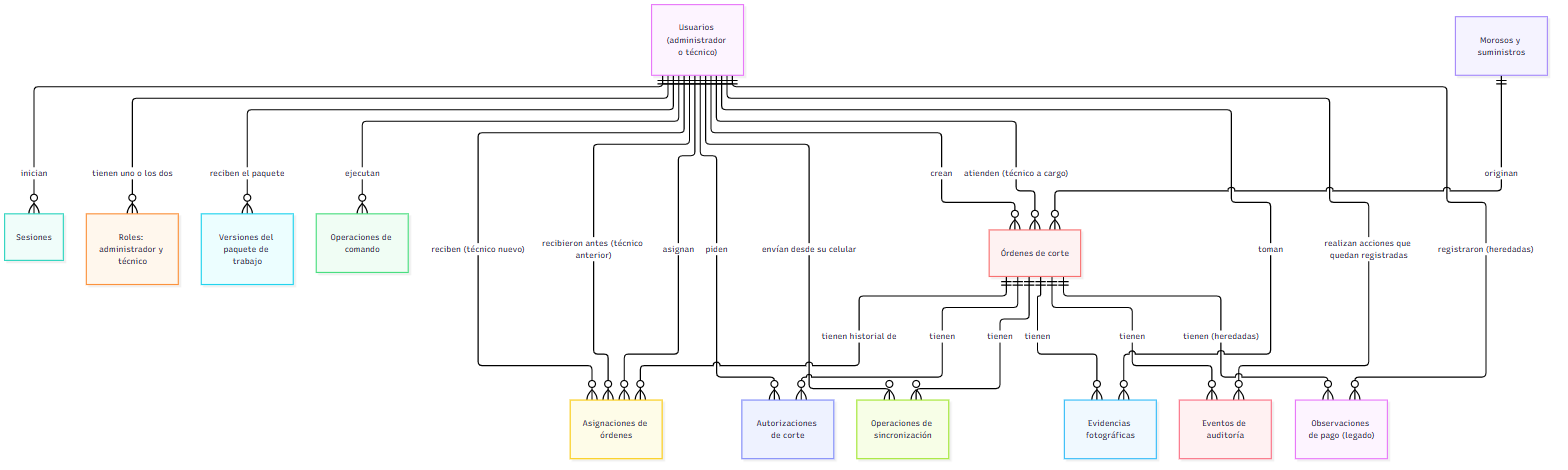
Before: docs/entrega-sepsa/img/modelo-er.png, a diagram exported from Mermaid (abdair-coca/SEPSA_villages). Its source is kept beside it as docs/entrega-sepsa/img/modelo-er.mmd.
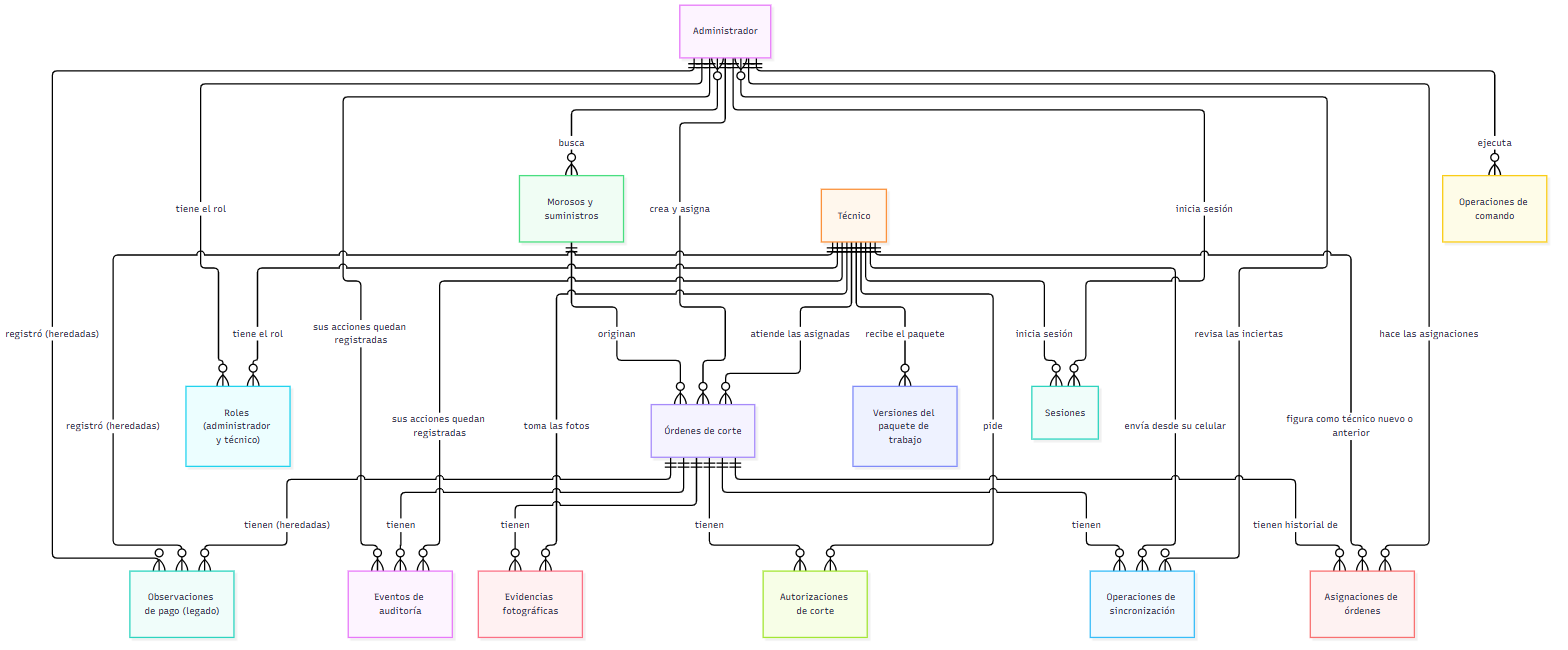
Later version of the same file.

Commit message:
docs(entrega-sepsa): administrador y técnico como actores separados en el diagrama (04)

El diagrama mostraba un solo bloque de usuarios. Ahora administrador y técnico van
en cajas separadas, con lo que cada uno hace (crea y asigna órdenes, ejecuta
comandos, revisa operaciones inciertas; atiende órdenes asignadas, pide
autorizaciones, envía operaciones y toma fotos). Las 13 tablas se mantienen.

Claude-Session: https://claude.ai/code/session_01BV4zn2LvmXgKyQC6cnu6on

What changed in the source:
```diff
@@ -1,22 +1,27 @@
 erDiagram
-  "Usuarios (administrador o técnico)" ||--o{ "Sesiones" : "inician"
-  "Usuarios (administrador o técnico)" ||--o{ "Roles: administrador y técnico" : "tienen uno o los dos"
-  "Usuarios (administrador o técnico)" ||--o{ "Versiones del paquete de trabajo" : "reciben el paquete"
-  "Usuarios (administrador o técnico)" ||--o{ "Operaciones de comando" : "ejecutan"
+  "Administrador" ||--o{ "Sesiones" : "inicia sesión"
+  "Técnico" ||--o{ "Sesiones" : "inicia sesión"
+  "Administrador" ||--o{ "Roles (administrador y técnico)" : "tiene el rol"
+  "Técnico" ||--o{ "Roles (administrador y técnico)" : "tiene el rol"
+  "Administrador" }o--o{ "Morosos y suministros" : "busca"
+  "Administrador" ||--o{ "Órdenes de corte" : "crea y asigna"
+  "Técnico" ||--o{ "Órdenes de corte" : "atiende las asignadas"
   "Morosos y suministros" ||--o{ "Órdenes de corte" : "originan"
-  "Usuarios (administrador o técnico)" ||--o{ "Órdenes de corte" : "crean"
-  "Usuarios (administrador o técnico)" ||--o{ "Órdenes de corte" : "atienden (técnico a cargo)"
   "Órdenes de corte" ||--o{ "Asignaciones de órdenes" : "tienen historial de"
-  "Usuarios (administrador o técnico)" ||--o{ "Asignaciones de órdenes" : "reciben (técnico nuevo)"
-  "Usuarios (administrador o técnico)" ||--o{ "Asignaciones de órdenes" : "recibieron antes (técnico anterior)"
-  "Usuarios (administrador o técnico)" ||--o{ "Asignaciones de órdenes" : "asignan"
+  "Administrador" ||--o{ "Asignaciones de órdenes" : "hace las asignaciones"
+  "Técnico" ||--o{ "Asignaciones de órdenes" : "figura como técnico nuevo o anterior"
+  "Administrador" ||--o{ "Operaciones de comando" : "ejecuta"
+  "Técnico" ||--o{ "Versiones del paquete de trabajo" : "recibe el paquete"
   "Órdenes de corte" ||--o{ "Autorizaciones de corte" : "tienen"
-  "Usuarios (administrador o técnico)" ||--o{ "Autorizaciones de corte" : "piden"
+  "Técnico" ||--o{ "Autorizaciones de corte" : "pide"
   "Órdenes de corte" ||--o{ "Operaciones de sincronización" : "tienen"
-  "Usuarios (administrador o técnico)" ||--o{ "Operaciones de sincronización" : "envían desde su celular"
+  "Técnico" ||--o{ "Operaciones de sincronización" : "envía desde su celular"
+  "Administrador" }o--o{ "Operaciones de sincronización" : "revisa las inciertas"
   "Órdenes de corte" ||--o{ "Evidencias fotográficas" : "tienen"
-  "Usuarios (administrador o técnico)" ||--o{ "Evidencias fotográficas" : "toman"
+  "Técnico" ||--o{ "Evidencias fotográficas" : "toma las fotos"
   "Órdenes de corte" ||--o{ "Eventos de auditoría" : "tienen"
-  "Usuarios (administrador o técnico)" ||--o{ "Eventos de auditoría" : "realizan acciones que quedan registradas"
+  "Administrador" ||--o{ "Eventos de auditoría" : "sus acciones quedan registradas"
+  "Técnico" ||--o{ "Eventos de auditoría" : "sus acciones quedan registradas"
   "Órdenes de corte" ||--o{ "Observaciones de pago (legado)" : "tienen (heredadas)"
-  "Usuarios (administrador o técnico)" ||--o{ "Observaciones de pago (legado)" : "registraron (heredadas)"
+  "Administrador" ||--o{ "Observaciones de pago (legado)" : "registró (heredadas)"
+  "Técnico" ||--o{ "Observaciones de pago (legado)" : "registró (heredadas)"
```
